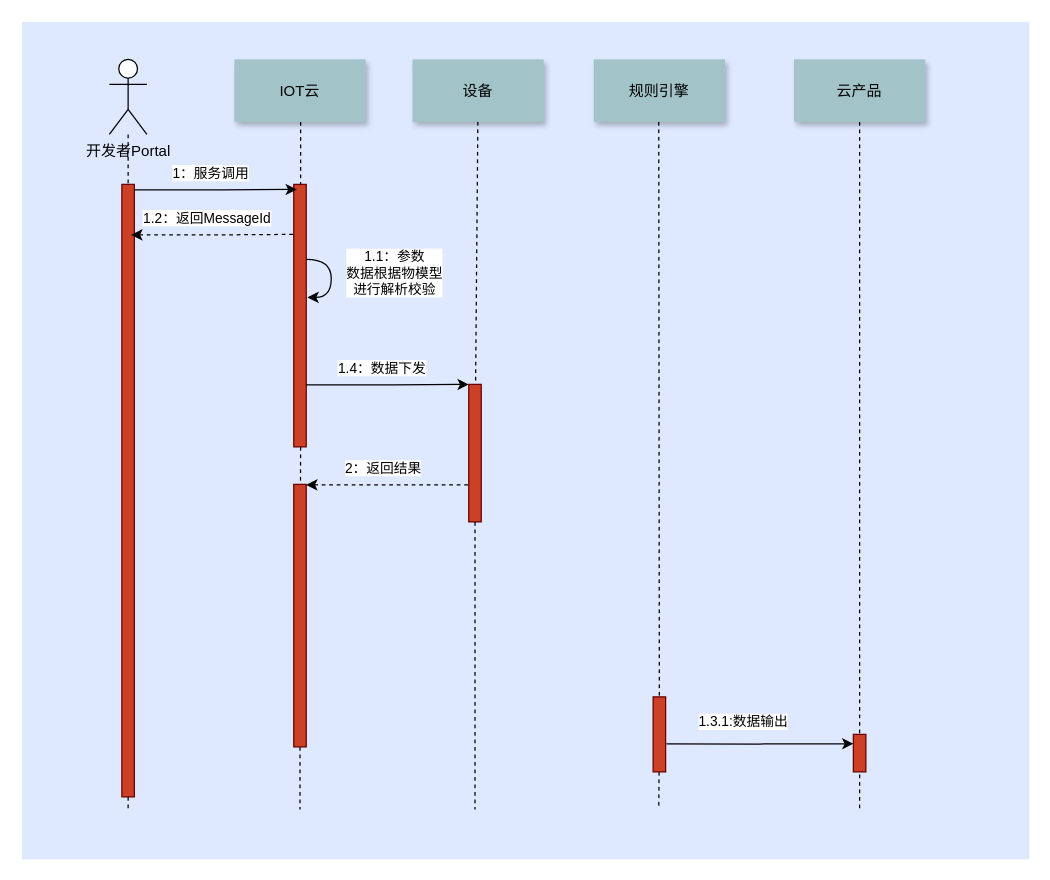
The draw.io diagram 物模型设备下行时序图.drawio in wjwzero/DesignDrawing-, before the edit. Source tidied: cells renumbered, new cells numbered last; positions are measured from the earlier drawing's top-left corner, leaving out a move shared by most shapes. Both pictures are drawn from the tidied source at 125%, with x=0, y=0 at pixel (21, 21).
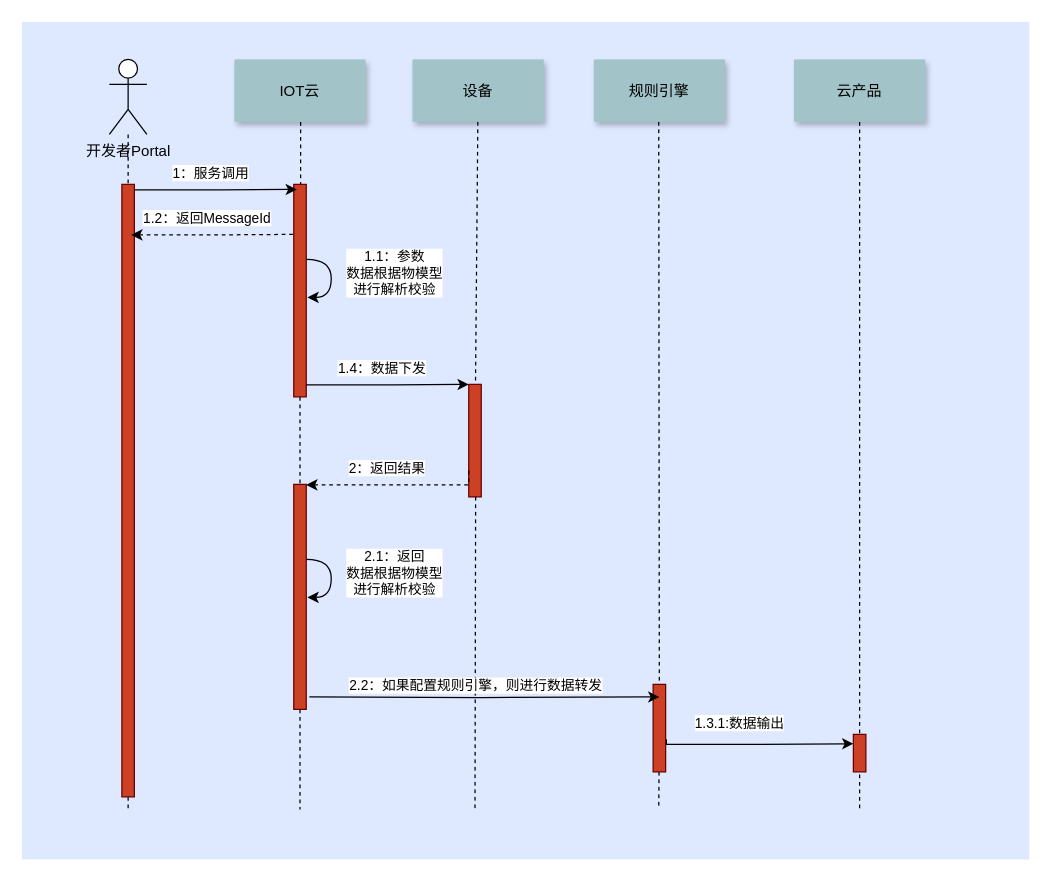
The same page after the edit.

Commit message (it also covers changes not shown here):
更新物模型设备下行时序图.drawio

Unchanged cells that the change refers to:
```xml
<mxCell id="22" style="fillColor=#CC4125;strokeColor=#660000;" parent="1" vertex="1">
  <mxGeometry x="665.2" y="570" width="10" height="30" as="geometry" />
</mxCell>
```

The edit, as a diff of the source:
```diff
@@
     <mxCell id="4" style="fillColor=#CC4125;strokeColor=#660000;" parent="1" vertex="1">
-      <mxGeometry x="357.5" y="290" width="10" height="110" as="geometry" />
+      <mxGeometry x="357.5" y="290" width="10" height="90" as="geometry" />
     </mxCell>
@@
     <mxCell id="15" style="fillColor=#CC4125;strokeColor=#660000;" parent="1" vertex="1">
-      <mxGeometry x="217.5" y="130" width="10" height="210" as="geometry" />
+      <mxGeometry x="217.5" y="130" width="10" height="170" as="geometry" />
     </mxCell>
     <mxCell id="16" style="edgeStyle=orthogonalEdgeStyle;rounded=0;jettySize=auto;html=1;exitX=1.06;exitY=0.628;exitDx=0;exitDy=0;entryX=0;entryY=0.25;entryDx=0;entryDy=0;exitPerimeter=0;" parent="1" edge="1" source="18" target="22">
-      <mxGeometry relative="1" as="geometry" />
+      <mxGeometry relative="1" as="geometry">
+        <Array as="points">
+          <mxPoint x="516" y="578" />
+          <mxPoint x="590" y="578" />
+        </Array>
+      </mxGeometry>
     </mxCell>
@@
     <mxCell id="18" style="fillColor=#CC4125;strokeColor=#660000;" parent="1" vertex="1">
-      <mxGeometry x="505" y="540" width="10" height="60" as="geometry" />
+      <mxGeometry x="505" y="530" width="10" height="70" as="geometry" />
     </mxCell>
@@
     <mxCell id="23" style="edgeStyle=none;endArrow=none;dashed=1;" parent="1" edge="1">
       <mxGeometry x="474.1" y="329.7" as="geometry">
-        <mxPoint x="362.5" y="400" as="sourcePoint" />
+        <mxPoint x="363" y="380" as="sourcePoint" />
         <mxPoint x="362.5" y="630" as="targetPoint" />
       </mxGeometry>
     </mxCell>
@@
     <mxCell id="26" style="fillColor=#CC4125;strokeColor=#660000;" parent="1" vertex="1">
-      <mxGeometry x="217.5" y="370" width="10" height="210" as="geometry" />
+      <mxGeometry x="217.5" y="370" width="10" height="180" as="geometry" />
     </mxCell>
-    <mxCell id="27" style="edgeStyle=none;dashed=1;endArrow=none;" parent="1" edge="1" target="26">
-      <mxGeometry x="147.5" y="290" as="geometry">
-        <mxPoint x="223" y="340" as="sourcePoint" />
-      </mxGeometry>
+    <mxCell id="27" style="edgeStyle=none;dashed=1;endArrow=none;exitX=0.5;exitY=1;exitDx=0;exitDy=0;" parent="1" edge="1" source="15" target="26">
+      <mxGeometry x="147.5" y="290" as="geometry" />
     </mxCell>
@@
+    <mxCell id="36" style="edgeStyle=orthogonalEdgeStyle;curved=1;rounded=0;orthogonalLoop=1;jettySize=auto;html=1;exitX=0.928;exitY=0.095;exitDx=0;exitDy=0;exitPerimeter=0;" parent="1" edge="1">
+      <mxGeometry relative="1" as="geometry">
+        <mxPoint x="227.5" y="430" as="sourcePoint" />
+        <mxPoint x="228.5" y="460.4" as="targetPoint" />
+        <Array as="points">
+          <mxPoint x="247.5" y="430.4" />
+          <mxPoint x="247.5" y="460.4" />
+          <mxPoint x="228.5" y="460.4" />
+        </Array>
+      </mxGeometry>
+    </mxCell>
+    <mxCell id="37" value="2.1：返回&lt;br&gt;数据根据物模型&lt;br&gt;进行解析校验" style="edgeLabel;html=1;align=center;verticalAlign=middle;" parent="36" vertex="1">
+      <mxGeometry x="-0.31" y="-1" relative="1" as="geometry">
+        <mxPoint x="51" y="6" as="offset" />
+      </mxGeometry>
+    </mxCell>
+    <mxCell id="38" style="edgeStyle=orthogonalEdgeStyle;rounded=0;jettySize=auto;html=1;entryX=0.5;entryY=0.143;entryDx=0;entryDy=0;entryPerimeter=0;" parent="1" edge="1" target="18">
+      <mxGeometry relative="1" as="geometry">
+        <mxPoint x="230" y="540" as="sourcePoint" />
+      </mxGeometry>
+    </mxCell>
+    <mxCell id="39" value="2.2：如果配置规则引擎，则进行数据转发" style="edgeLabel;html=1;align=center;verticalAlign=middle;" parent="38" vertex="1">
+      <mxGeometry x="-0.37" y="1" relative="1" as="geometry">
+        <mxPoint x="44.5" y="-9" as="offset" />
+      </mxGeometry>
+    </mxCell>
```
